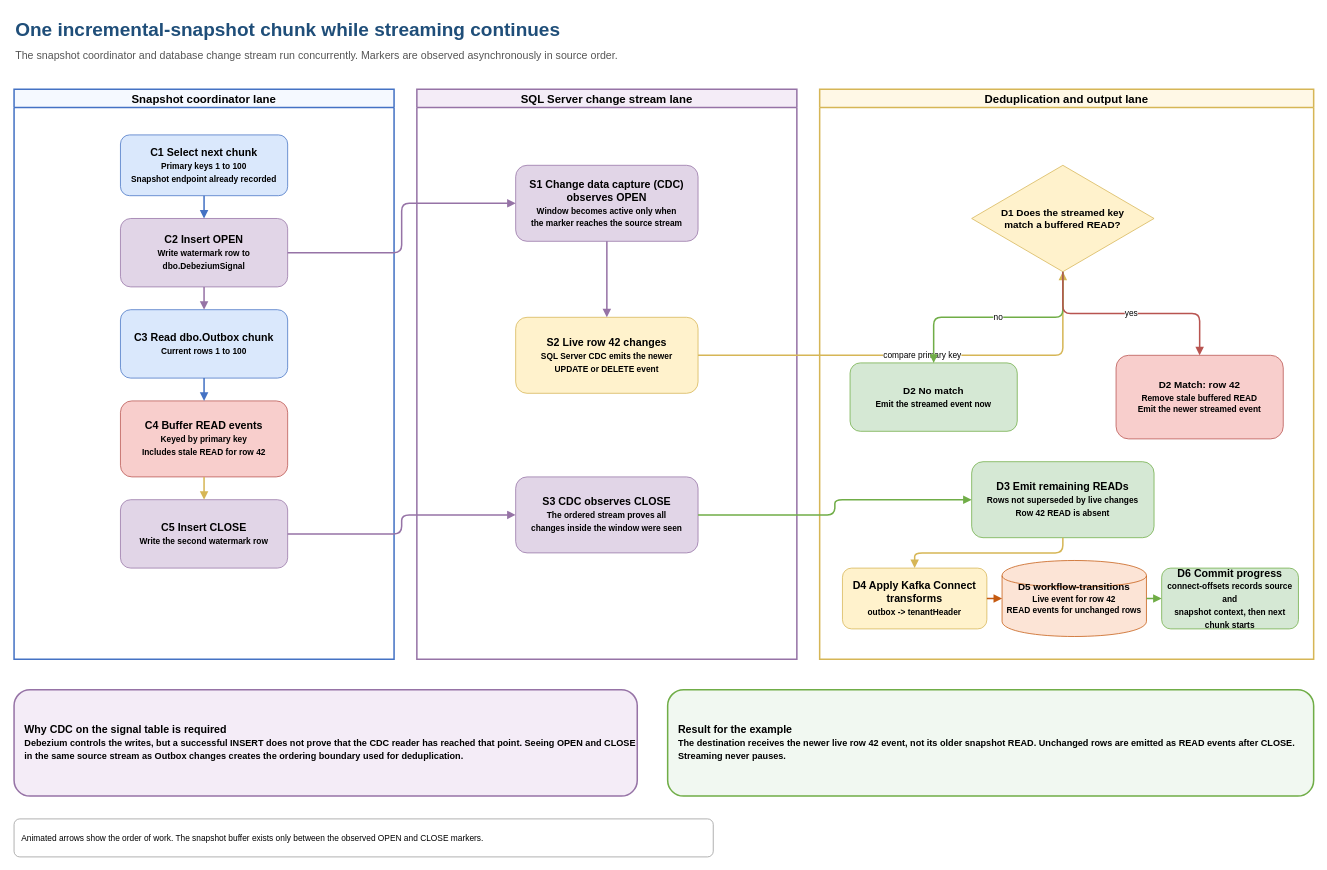
collaborationwithothers/cdc-platform-azure keeps this draw.io diagram as docs/diagrams/incremental-snapshot-window.drawio. Above is the earlier version. Source tidied: cells renumbered, new cells numbered last; positions are measured from the earlier drawing's top-left corner, leaving out a move shared by most shapes. Both pictures are drawn from the tidied source at 76%, with x=0, y=0 at pixel (14, 13).
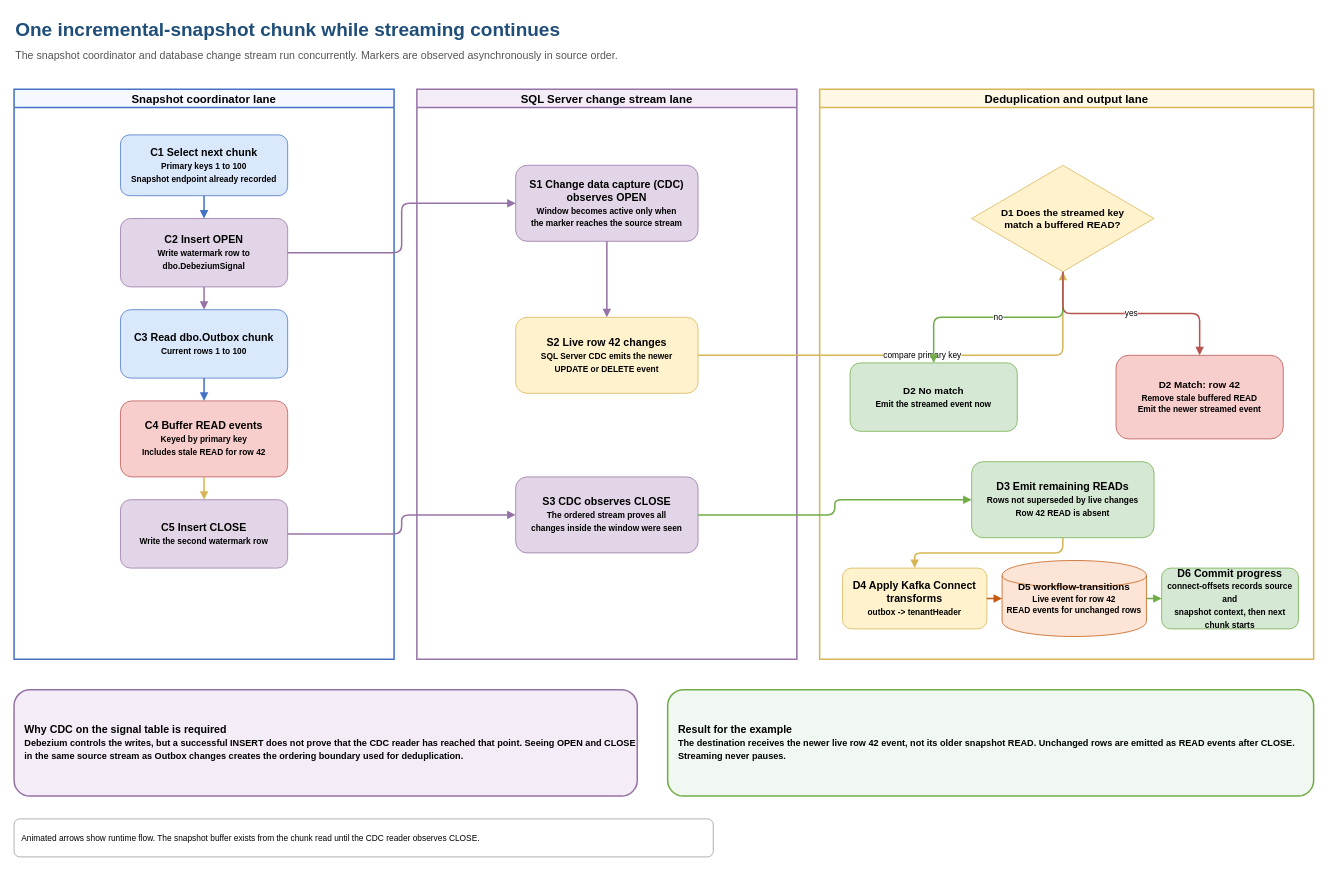
Above is the later version.

Commit message (it also covers changes not shown here):
docs(diagrams): make snapshot renders reproducible (#68)

What changed in the source:
```diff
@@
-    <mxCell id="38" value="Animated arrows show the order of work. The snapshot buffer exists only between the observed OPEN and CLOSE markers." style="rounded=1;whiteSpace=wrap;html=1;fillColor=#ffffff;strokeColor=#999999;fontSize=11;align=left;spacingLeft=8;" parent="1" vertex="1">
+    <mxCell id="38" value="Animated arrows show runtime flow. The snapshot buffer exists from the chunk read until the CDC reader observes CLOSE." style="rounded=1;whiteSpace=wrap;html=1;fillColor=#ffffff;strokeColor=#999999;fontSize=11;align=left;spacingLeft=8;" parent="1" vertex="1">
       <mxGeometry y="1060" width="920" height="50" as="geometry" />
     </mxCell>
```
